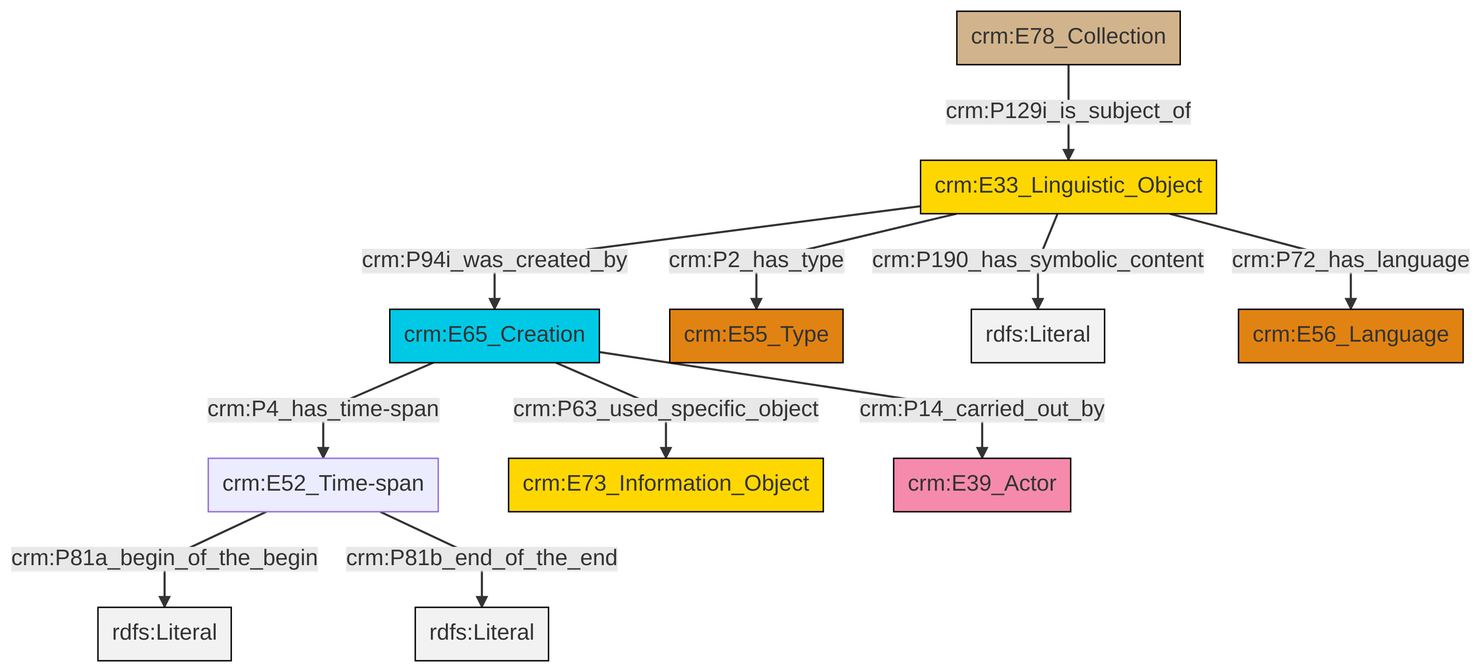
swiss-art-research-net/docs.swissartresearch keeps this Mermaid diagram as et/archivalCSV/ttl/mmd/png/archival_desc.png. Above is the earlier version. Its source is kept beside it as et/archivalCSV/ttl/mmd/archival_desc.ttl.mmd.
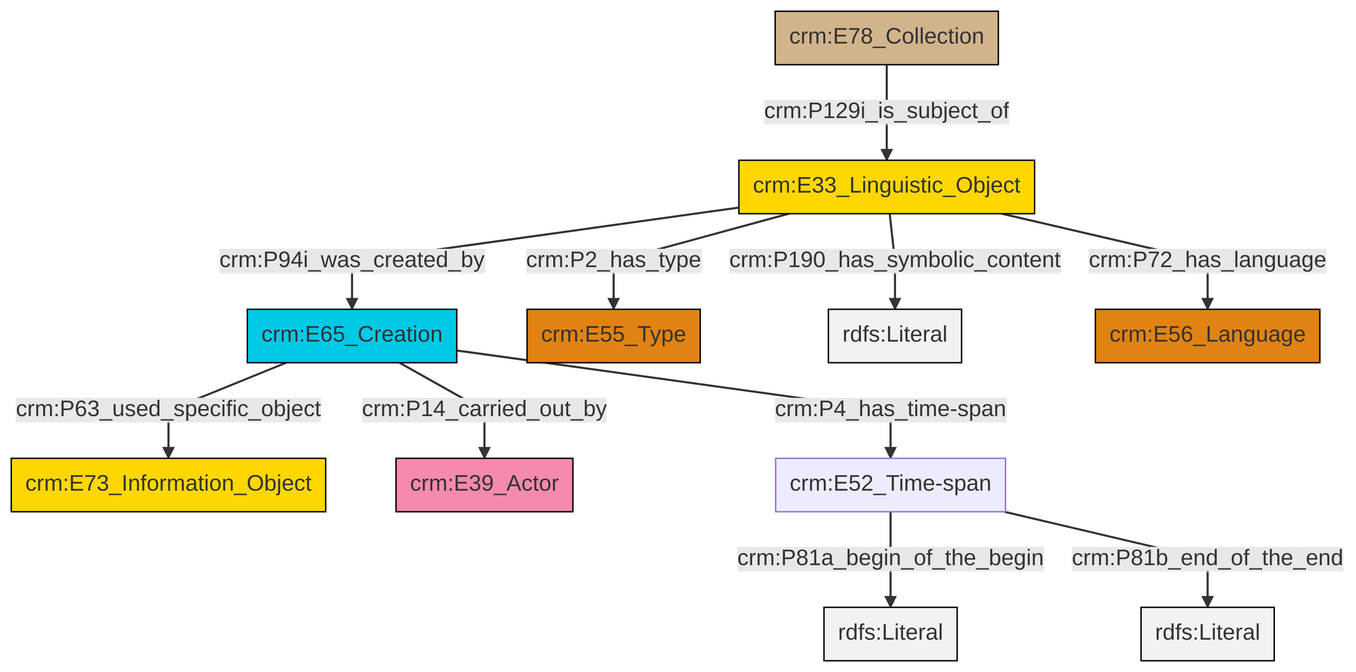
The same file after the commit.

Diff of the diagram source:
```diff
@@ -13,13 +13,13 @@
 classDef PC_Classes fill:#4ce600, stroke:#000000;
 classDef Multi fill:#cccccc,stroke:#000000;
 
-2["crm:E65_Creation"]:::Temporal_Entity -->|crm:P63_used_specific_object| 3["crm:E73_Information_Object"]:::Conceptual_Object
-4["crm:E33_Linguistic_Object"]:::Conceptual_Object -->|crm:P94i_was_created_by| 2["crm:E65_Creation"]:::Temporal_Entity
-4["crm:E33_Linguistic_Object"]:::Conceptual_Object -->|crm:P2_has_type| 9["crm:E55_Type"]:::Type
-2["crm:E65_Creation"]:::Temporal_Entity -->|crm:P14_carried_out_by| 5["crm:E39_Actor"]:::Actor
-0["crm:E52_Time-span"]:::Default -->|crm:P81a_begin_of_the_begin| 10[rdfs:Literal]:::Literal
-0["crm:E52_Time-span"]:::Default -->|crm:P81b_end_of_the_end| 12[rdfs:Literal]:::Literal
-4["crm:E33_Linguistic_Object"]:::Conceptual_Object -->|crm:P190_has_symbolic_content| 13[rdfs:Literal]:::Literal
-15["crm:E78_Collection"]:::Physical_Thing -->|crm:P129i_is_subject_of| 4["crm:E33_Linguistic_Object"]:::Conceptual_Object
-2["crm:E65_Creation"]:::Temporal_Entity -->|crm:P4_has_time-span| 0["crm:E52_Time-span"]:::Default
-4["crm:E33_Linguistic_Object"]:::Conceptual_Object -->|crm:P72_has_language| 17["crm:E56_Language"]:::Type
+2["crm:E65_Creation"]:::Temporal_Entity -->|crm:P14_carried_out_by| 3["crm:E39_Actor"]:::Actor
+2["crm:E65_Creation"]:::Temporal_Entity -->|crm:P4_has_time-span| 4["crm:E52_Time-span"]:::Default
+7["crm:E33_Linguistic_Object"]:::Conceptual_Object -->|crm:P190_has_symbolic_content| 8[rdfs:Literal]:::Literal
+12["crm:E78_Collection"]:::Physical_Thing -->|crm:P129i_is_subject_of| 7["crm:E33_Linguistic_Object"]:::Conceptual_Object
+4["crm:E52_Time-span"]:::Default -->|crm:P81a_begin_of_the_begin| 13[rdfs:Literal]:::Literal
+7["crm:E33_Linguistic_Object"]:::Conceptual_Object -->|crm:P72_has_language| 9["crm:E56_Language"]:::Type
+7["crm:E33_Linguistic_Object"]:::Conceptual_Object -->|crm:P2_has_type| 5["crm:E55_Type"]:::Type
+2["crm:E65_Creation"]:::Temporal_Entity -->|crm:P63_used_specific_object| 0["crm:E73_Information_Object"]:::Conceptual_Object
+4["crm:E52_Time-span"]:::Default -->|crm:P81b_end_of_the_end| 18[rdfs:Literal]:::Literal
+7["crm:E33_Linguistic_Object"]:::Conceptual_Object -->|crm:P94i_was_created_by| 2["crm:E65_Creation"]:::Temporal_Entity
```
